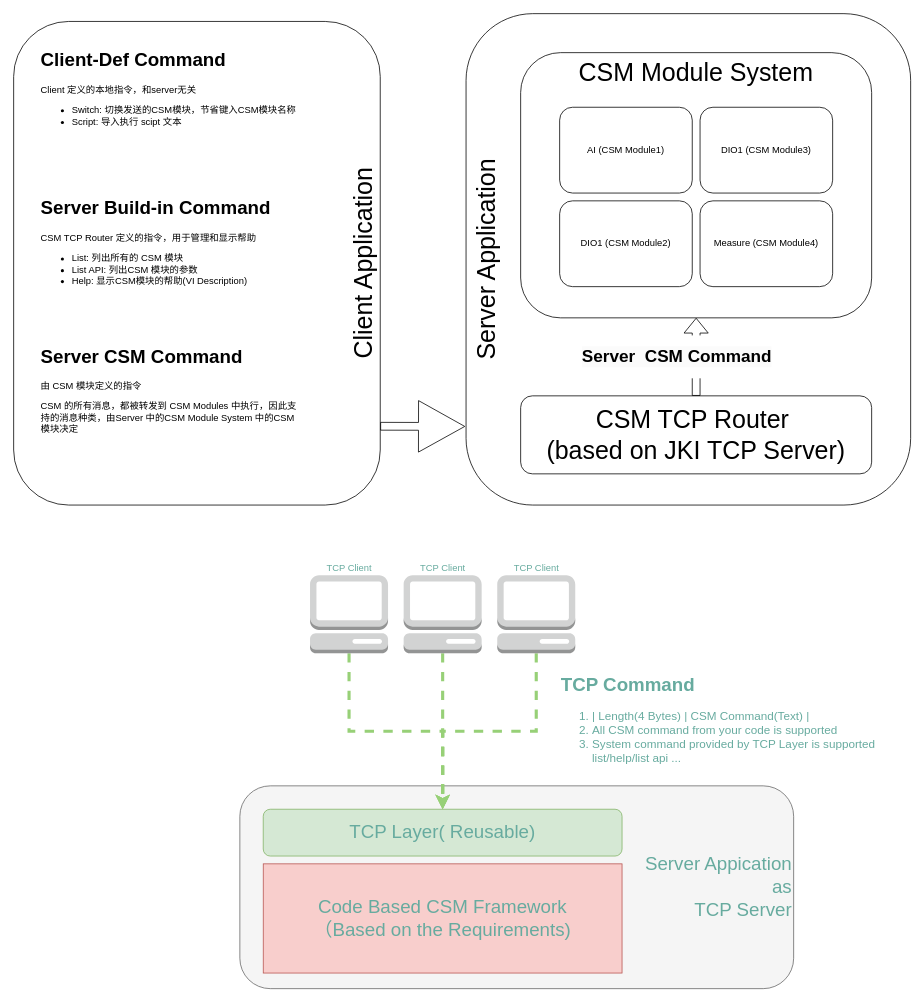
Above: .doc/CSM-TCP-Router.drawio in NEVSTOP-LAB/CSM-TCP-Router-App (draw.io), before the change. Source tidied: cells renumbered, new cells numbered last; positions are measured from the earlier drawing's top-left corner, leaving out a move shared by most shapes. Both pictures are drawn from the tidied source at 78%, with x=0, y=0 at pixel (13, 13).
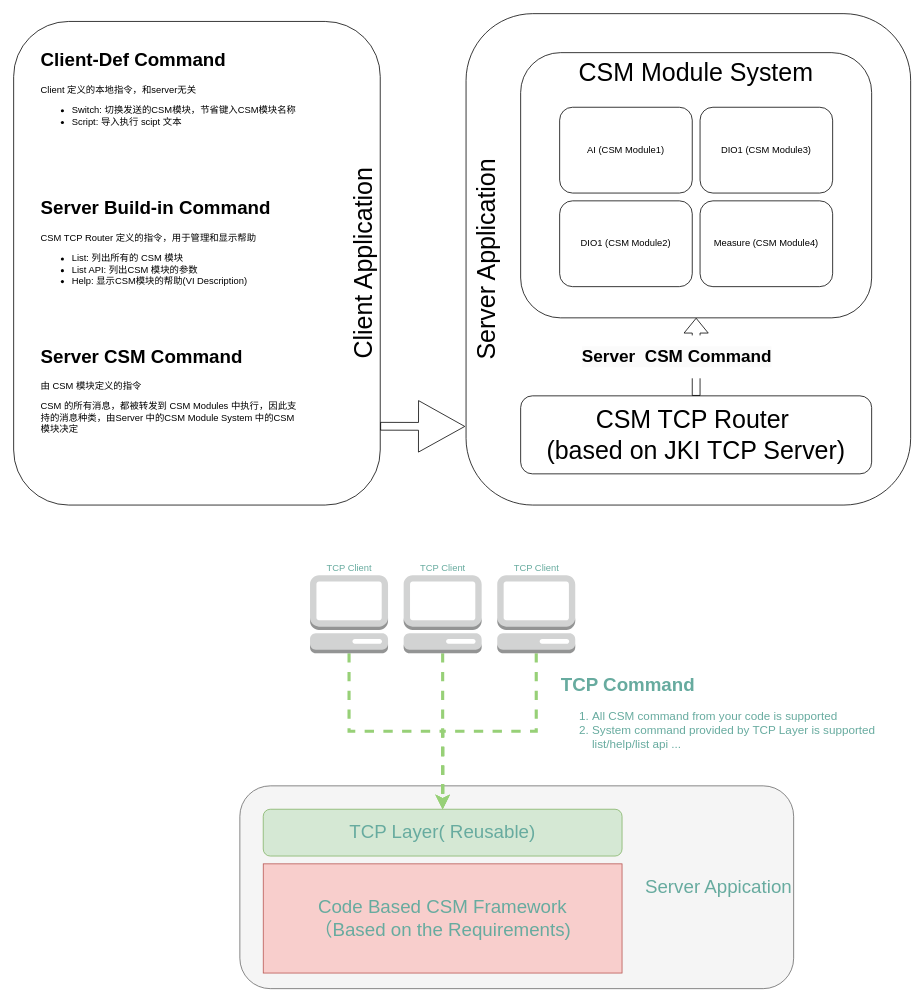
The same diagram, later.

Change to the diagram source:
```diff
@@
-    <mxCell id="2" value="Server Appication&lt;br&gt;as&lt;div&gt;TCP Server&lt;/div&gt;" style="rounded=1;whiteSpace=wrap;html=1;align=right;fontSize=24;fillColor=#f5f5f5;fontColor=#67AB9F;strokeColor=#666666;" parent="1" vertex="1">
+    <mxCell id="2" value="Server Appication" style="rounded=1;whiteSpace=wrap;html=1;align=right;fontSize=24;fillColor=#f5f5f5;fontColor=#67AB9F;strokeColor=#666666;" parent="1" vertex="1">
       <mxGeometry x="290" y="990" width="710" height="260" as="geometry" />
     </mxCell>
@@
-    <mxCell id="24" value="&lt;h1 style=&quot;margin-top: 0px;&quot;&gt;TCP Command&lt;/h1&gt;&lt;p&gt;&lt;/p&gt;&lt;ol style=&quot;font-size: 15px;&quot;&gt;&lt;li style=&quot;&quot;&gt;&lt;font style=&quot;font-size: 15px;&quot;&gt;| Length(4 Bytes) | CSM Command(Text) |&lt;/font&gt;&lt;/li&gt;&lt;li style=&quot;&quot;&gt;&lt;font style=&quot;font-size: 15px;&quot;&gt;All CSM command from your code is supported&lt;/font&gt;&lt;/li&gt;&lt;li style=&quot;&quot;&gt;&lt;font style=&quot;font-size: 15px;&quot;&gt;System command provided by TCP Layer is supported&lt;br&gt;list/help/list api ...&lt;/font&gt;&lt;/li&gt;&lt;/ol&gt;&lt;p style=&quot;font-size: 15px;&quot;&gt;&lt;/p&gt;&lt;p style=&quot;font-size: 15px;&quot;&gt;&lt;br&gt;&lt;/p&gt;" style="text;html=1;whiteSpace=wrap;overflow=hidden;rounded=0;fontColor=#67AB9F;" parent="1" vertex="1">
+    <mxCell id="24" value="&lt;h1 style=&quot;margin-top: 0px;&quot;&gt;TCP Command&lt;/h1&gt;&lt;ol style=&quot;font-size: 15px;&quot;&gt;&lt;li style=&quot;&quot;&gt;&lt;font style=&quot;font-size: 15px;&quot;&gt;All CSM command from your code is supported&lt;/font&gt;&lt;/li&gt;&lt;li style=&quot;&quot;&gt;&lt;font style=&quot;font-size: 15px;&quot;&gt;System command provided by TCP Layer is supported&lt;br&gt;list/help/list api ...&lt;/font&gt;&lt;/li&gt;&lt;/ol&gt;&lt;p style=&quot;font-size: 15px;&quot;&gt;&lt;/p&gt;&lt;p style=&quot;font-size: 15px;&quot;&gt;&lt;br&gt;&lt;/p&gt;" style="text;html=1;whiteSpace=wrap;overflow=hidden;rounded=0;fontColor=#67AB9F;" parent="1" vertex="1">
       <mxGeometry x="700" y="840" width="430" height="120" as="geometry" />
     </mxCell>
```
